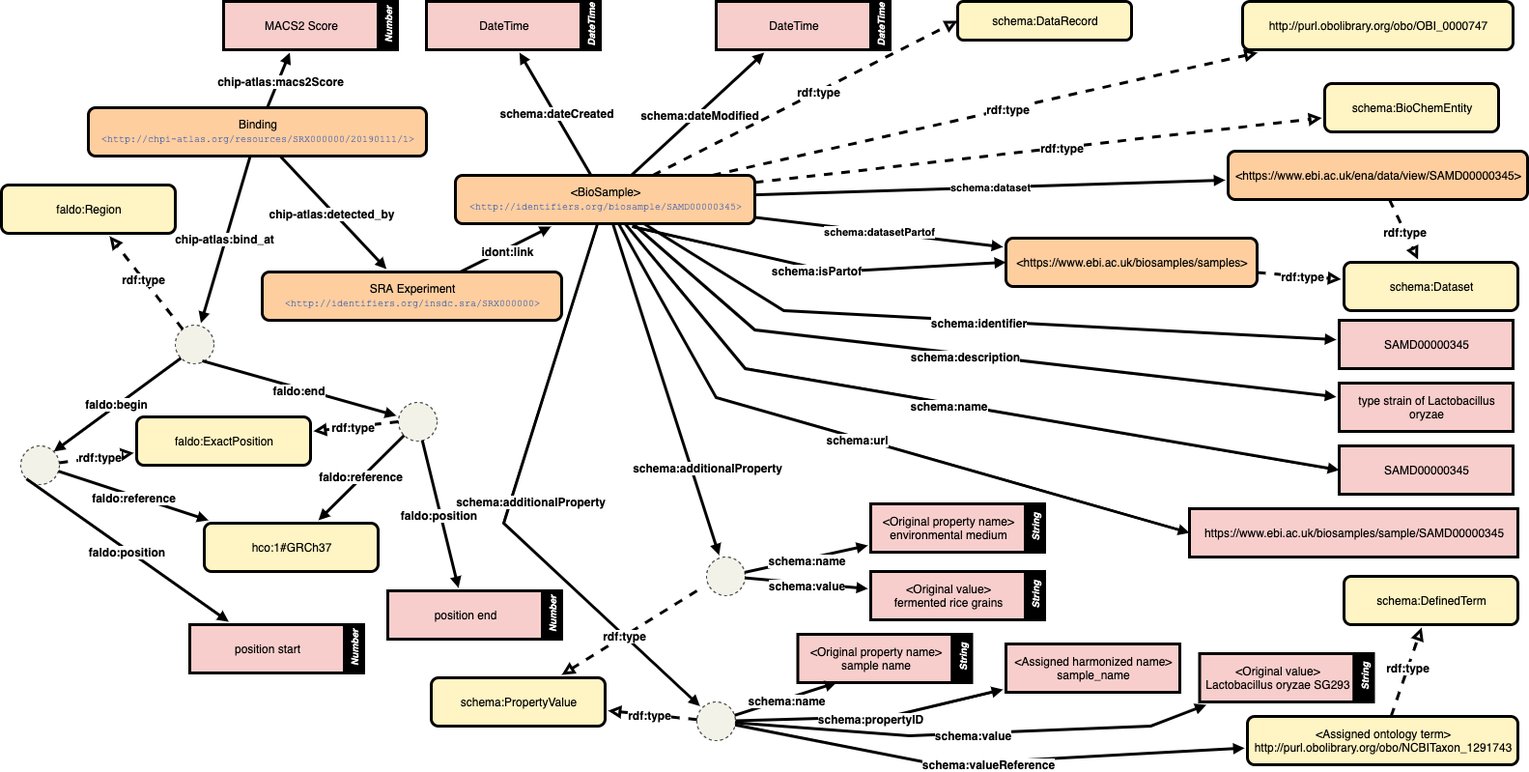
The draw.io diagram rdf/images/chipatlas_bindingsites_rdf.png in inutano/chip-atlas, before a commit. Source tidied: cells renumbered, new cells last; positions are measured from the earlier drawing's top-left corner, leaving out a move shared by most shapes.
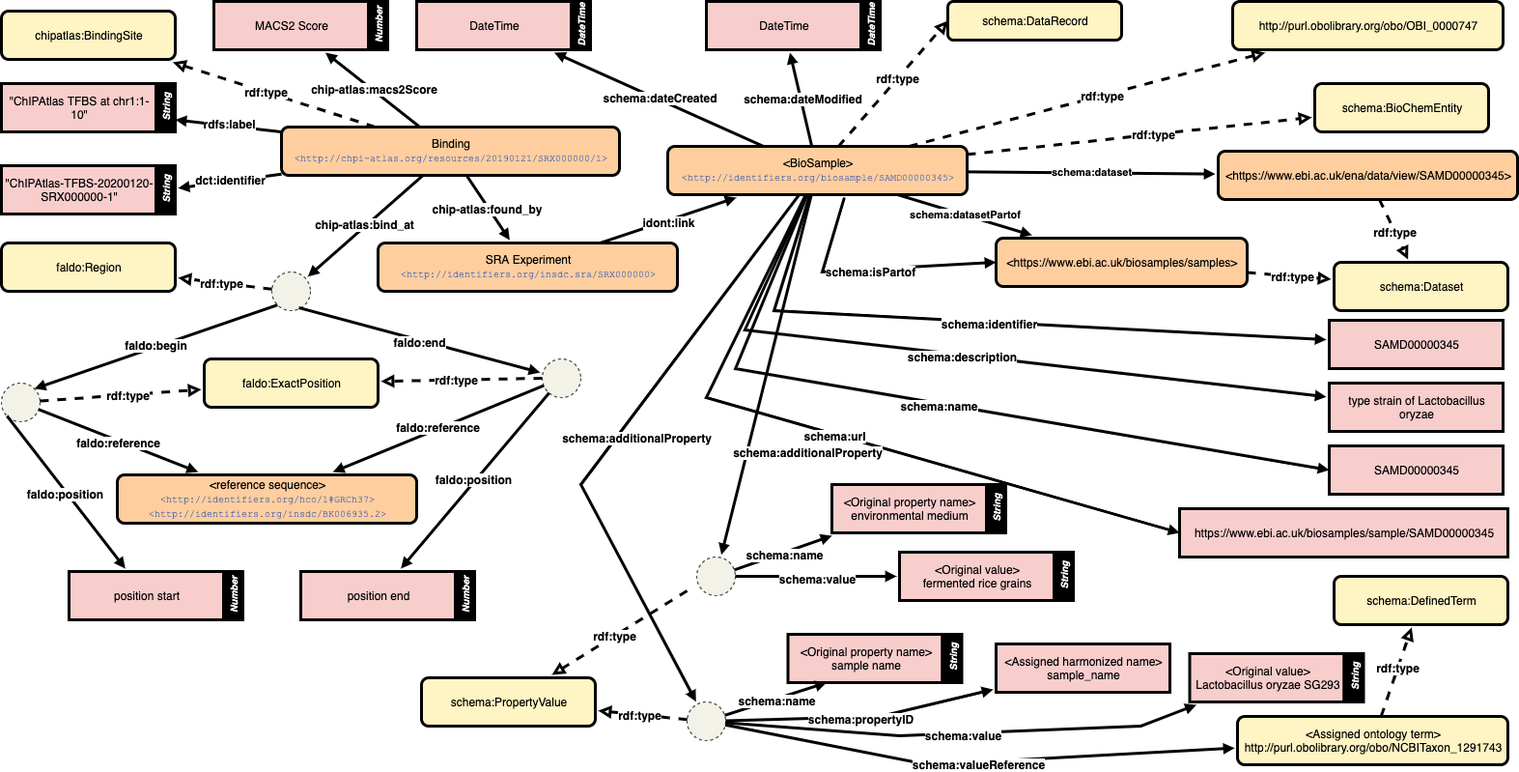
Later version of the same file.

Commit message:
changed class name and predicate, update the model figure

The edit, as a diff of the source:
```diff
@@ -3,7 +3,7 @@
     <mxCell id="0" />
     <mxCell id="1" parent="0" />
     <mxCell id="2" style="ellipse;whiteSpace=wrap;html=1;fontFamily=Helvetica;fontSize=12;fontColor=#000000;align=center;strokeColor=#000000;fillColor=#F2F2E9;dashed=1;" parent="1" vertex="1">
-      <mxGeometry x="180" y="335" width="40" height="40" as="geometry" />
+      <mxGeometry x="290" y="280" width="40" height="40" as="geometry" />
     </mxCell>
     <mxCell id="3" style="rounded=0;html=1;endArrow=block;endFill=1;strokeWidth=3;targetPerimeterSpacing=3;endSize=4;" parent="1" edge="1" source="124" target="2">
       <mxGeometry x="-710" y="70" as="geometry" />
@@ -30,10 +30,10 @@
       <mxGeometry y="-2" relative="1" as="geometry" />
     </mxCell>
     <mxCell id="11" style="ellipse;whiteSpace=wrap;html=1;fontFamily=Helvetica;fontSize=12;fontColor=#000000;align=center;strokeColor=#000000;fillColor=#F2F2E9;dashed=1;" parent="1" vertex="1">
-      <mxGeometry x="20" y="460" width="40" height="40" as="geometry" />
+      <mxGeometry x="10" y="395" width="40" height="40" as="geometry" />
     </mxCell>
     <mxCell id="12" style="ellipse;whiteSpace=wrap;html=1;fontFamily=Helvetica;fontSize=12;fontColor=#000000;align=center;strokeColor=#000000;fillColor=#F2F2E9;dashed=1;" parent="1" vertex="1">
-      <mxGeometry x="411" y="415" width="40" height="40" as="geometry" />
+      <mxGeometry x="570" y="370" width="40" height="40" as="geometry" />
     </mxCell>
     <mxCell id="13" value="f" style="rounded=0;html=1;endArrow=block;endFill=1;strokeWidth=3;targetPerimeterSpacing=3;endSize=4;exitX=0;exitY=1;exitDx=0;exitDy=0;" parent="1" edge="1" source="11" target="16">
       <mxGeometry x="-680" y="250" as="geometry" />
@@ -42,7 +42,7 @@
       <mxGeometry y="-2" relative="1" as="geometry" />
     </mxCell>
     <mxCell id="15" style="group;" parent="1" vertex="1">
-      <mxGeometry x="195" y="645" width="195" height="50" as="geometry" />
+      <mxGeometry x="80" y="590" width="195" height="50" as="geometry" />
     </mxCell>
     <mxCell id="16" value="position start" style="whiteSpace=wrap;html=1;rounded=0;fillColor=#F8CECC;strokeWidth=3;glass=0;shadow=0;strokeColor=#000000;" parent="15" vertex="1">
       <mxGeometry width="160" height="50" as="geometry" />
@@ -56,7 +56,7 @@
     <mxCell id="19" value="faldo:position" style="text;html=1;align=center;verticalAlign=middle;labelBackgroundColor=#ffffff;rounded=1;fontStyle=1;" parent="18" vertex="1">
       <mxGeometry y="-2" relative="1" as="geometry" />
     </mxCell>
-    <mxCell id="20" style="rounded=0;html=1;endArrow=block;endFill=1;strokeWidth=3;targetPerimeterSpacing=3;endSize=4;" parent="1" edge="1" source="11" target="36">
+    <mxCell id="20" style="rounded=0;html=1;endArrow=block;endFill=1;strokeWidth=3;targetPerimeterSpacing=3;endSize=4;" parent="1" edge="1" source="11" target="140">
       <mxGeometry x="-430" y="650" as="geometry" />
     </mxCell>
     <mxCell id="21" value="faldo:reference" style="text;html=1;align=center;verticalAlign=middle;labelBackgroundColor=#ffffff;rounded=1;fontStyle=1;" parent="20" vertex="1">
@@ -74,7 +74,7 @@
     <mxCell id="25" value="rdf:type&lt;br&gt;" style="text;html=1;align=center;verticalAlign=middle;labelBackgroundColor=#ffffff;rounded=1;fontStyle=1;" parent="24" vertex="1">
       <mxGeometry x="0.08" relative="1" as="geometry" />
     </mxCell>
-    <mxCell id="26" style="rounded=0;html=1;endArrow=block;endFill=1;strokeWidth=3;targetPerimeterSpacing=3;endSize=4;" parent="1" edge="1" source="12" target="36">
+    <mxCell id="26" style="rounded=0;html=1;endArrow=block;endFill=1;strokeWidth=3;targetPerimeterSpacing=3;endSize=4;" parent="1" edge="1" source="12" target="140">
       <mxGeometry x="-730" y="400" as="geometry" />
     </mxCell>
     <mxCell id="27" value="faldo:reference" style="text;html=1;align=center;verticalAlign=middle;labelBackgroundColor=#ffffff;rounded=1;fontStyle=1;" parent="26" vertex="1">
@@ -98,17 +98,14 @@
     <mxCell id="33" style="rounded=0;html=1;endArrow=block;endFill=1;strokeWidth=3;targetPerimeterSpacing=3;endSize=4;" parent="1" edge="1" source="124" target="123">
       <mxGeometry x="-690" y="90" as="geometry" />
     </mxCell>
-    <mxCell id="34" value="chip-atlas:detected_by" style="text;html=1;align=center;verticalAlign=middle;labelBackgroundColor=#ffffff;rounded=1;fontStyle=1;" parent="33" vertex="1">
+    <mxCell id="34" value="chip-atlas:found_by" style="text;html=1;align=center;verticalAlign=middle;labelBackgroundColor=#ffffff;rounded=1;fontStyle=1;" parent="33" vertex="1">
       <mxGeometry y="-2" relative="1" as="geometry" />
     </mxCell>
     <mxCell id="35" value="faldo:Region" style="whiteSpace=wrap;html=1;rounded=1;strokeWidth=3;fillColor=#FFF4C3;" parent="1" vertex="1">
-      <mxGeometry y="190" width="180" height="50" as="geometry" />
+      <mxGeometry x="10" y="250" width="180" height="50" as="geometry" />
     </mxCell>
-    <mxCell id="36" value="hco:1#GRCh37" style="whiteSpace=wrap;html=1;rounded=1;strokeWidth=3;fillColor=#FFF4C3;" parent="1" vertex="1">
-      <mxGeometry x="210" y="540" width="180" height="50" as="geometry" />
-    </mxCell>
     <mxCell id="37" value="faldo:ExactPosition" style="whiteSpace=wrap;html=1;rounded=1;strokeWidth=3;fillColor=#FFF4C3;" parent="1" vertex="1">
-      <mxGeometry x="140" y="430" width="180" height="50" as="geometry" />
+      <mxGeometry x="220" y="370" width="180" height="50" as="geometry" />
     </mxCell>
     <mxCell id="38" style="rounded=0;html=1;endArrow=block;endFill=1;strokeWidth=3;targetPerimeterSpacing=3;endSize=4;" parent="1" edge="1" source="123" target="61">
       <mxGeometry x="110" as="geometry" />
@@ -180,7 +177,7 @@
       <mxGeometry x="145" y="15" width="50" height="20" as="geometry" />
     </mxCell>
     <mxCell id="61" value="&amp;lt;BioSample&amp;gt;&lt;div&gt;&lt;span style=&quot;color: rgb(43 , 82 , 173) ; font-family: &amp;#34;courier new&amp;#34; ; line-height: 12px ; text-align: left ; white-space: nowrap&quot;&gt;&lt;font style=&quot;font-size: 10px&quot;&gt;&amp;lt;http://identifiers.org/biosample/SAMD00000345&amp;gt;&lt;/font&gt;&lt;/span&gt;&lt;br&gt;&lt;/div&gt;" style="whiteSpace=wrap;html=1;rounded=1;fillColor=#FFCE9F;strokeWidth=3;" parent="1" vertex="1">
-      <mxGeometry x="470" y="180" width="310" height="50" as="geometry" />
+      <mxGeometry x="700" y="150" width="310" height="50" as="geometry" />
     </mxCell>
     <mxCell id="62" style="rounded=0;html=1;endArrow=block;endFill=1;strokeWidth=3;targetPerimeterSpacing=3;endSize=4;" parent="1" edge="1" source="61" target="59">
       <mxGeometry x="520" y="160" as="geometry" />
@@ -274,7 +271,7 @@
     <mxCell id="85" style="rounded=0;html=1;endArrow=block;endFill=1;strokeWidth=3;targetPerimeterSpacing=3;endSize=4;" parent="1" edge="1" source="61" target="83">
       <mxGeometry x="450" y="520" as="geometry">
         <Array as="points">
-          <mxPoint x="520" y="540" />
+          <mxPoint x="610" y="500" />
         </Array>
       </mxGeometry>
     </mxCell>
@@ -309,7 +306,7 @@
       <mxGeometry x="0.08" relative="1" as="geometry" />
     </mxCell>
     <mxCell id="94" style="group;" parent="1" vertex="1">
-      <mxGeometry x="900" y="520" width="180" height="50" as="geometry" />
+      <mxGeometry x="870" y="500" width="180" height="50" as="geometry" />
     </mxCell>
     <mxCell id="95" value="&amp;lt;Original property name&amp;gt;&lt;br&gt;environmental medium" style="whiteSpace=wrap;html=1;rounded=0;fillColor=#F8CECC;strokeWidth=3;glass=0;shadow=0;strokeColor=#000000;" parent="94" vertex="1">
       <mxGeometry width="160" height="50" as="geometry" />
@@ -318,7 +315,7 @@
       <mxGeometry x="145" y="15" width="50" height="20" as="geometry" />
     </mxCell>
     <mxCell id="97" value="&#10;&#10;" style="group;" parent="1" vertex="1">
-      <mxGeometry x="900" y="590" width="180" height="50" as="geometry" />
+      <mxGeometry x="940" y="570" width="180" height="50" as="geometry" />
     </mxCell>
     <mxCell id="98" value="&amp;lt;Original value&amp;gt;&lt;br&gt;fermented rice grains" style="whiteSpace=wrap;html=1;rounded=0;fillColor=#F8CECC;strokeWidth=3;glass=0;shadow=0;strokeColor=#000000;" parent="97" vertex="1">
       <mxGeometry width="160" height="50" as="geometry" />
@@ -409,16 +406,58 @@
       <mxGeometry x="1040" y="665" width="180" height="50" as="geometry" />
     </mxCell>
     <mxCell id="123" value="SRA Experiment&lt;div&gt;&lt;span style=&quot;color: rgb(43 , 82 , 173) ; font-family: &amp;#34;courier new&amp;#34; ; line-height: 12px ; text-align: left ; white-space: nowrap&quot;&gt;&lt;font style=&quot;font-size: 10px&quot;&gt;&amp;lt;http://identifiers.org/insdc.sra/SRX000000&amp;gt;&lt;/font&gt;&lt;/span&gt;&lt;br&gt;&lt;/div&gt;" style="whiteSpace=wrap;html=1;rounded=1;fillColor=#FFCE9F;strokeWidth=3;" parent="1" vertex="1">
-      <mxGeometry x="270" y="280" width="310" height="50" as="geometry" />
+      <mxGeometry x="400" y="250" width="310" height="50" as="geometry" />
     </mxCell>
-    <mxCell id="124" value="Binding&lt;div&gt;&lt;span style=&quot;color: rgb(43 , 82 , 173) ; font-family: &amp;#34;courier new&amp;#34; ; line-height: 12px ; text-align: left ; white-space: nowrap&quot;&gt;&lt;font style=&quot;font-size: 10px&quot;&gt;&amp;lt;http://chpi-atlas.org/resources/SRX000000/20190111/1&amp;gt;&lt;/font&gt;&lt;/span&gt;&lt;br&gt;&lt;/div&gt;" style="whiteSpace=wrap;html=1;rounded=1;fillColor=#FFCE9F;strokeWidth=3;" parent="1" vertex="1">
-      <mxGeometry x="90" y="110" width="350" height="50" as="geometry" />
+    <mxCell id="124" value="Binding&lt;div&gt;&lt;span style=&quot;color: rgb(43 , 82 , 173) ; font-family: &amp;#34;courier new&amp;#34; ; line-height: 12px ; text-align: left ; white-space: nowrap&quot;&gt;&lt;font style=&quot;font-size: 10px&quot;&gt;&amp;lt;http://chpi-atlas.org/resources/20190121/SRX000000/1&amp;gt;&lt;/font&gt;&lt;/span&gt;&lt;br&gt;&lt;/div&gt;" style="whiteSpace=wrap;html=1;rounded=1;fillColor=#FFCE9F;strokeWidth=3;" parent="1" vertex="1">
+      <mxGeometry x="300" y="130" width="350" height="50" as="geometry" />
     </mxCell>
     <mxCell id="125" value="position end" style="whiteSpace=wrap;html=1;rounded=0;fillColor=#F8CECC;strokeWidth=3;glass=0;shadow=0;strokeColor=#000000;" parent="1" vertex="1">
-      <mxGeometry x="400" y="610" width="160" height="50" as="geometry" />
+      <mxGeometry x="320" y="590" width="160" height="50" as="geometry" />
     </mxCell>
     <mxCell id="126" value="&lt;font color=&quot;#ffffff&quot;&gt;&lt;i&gt;Number&lt;/i&gt;&lt;/font&gt;" style="whiteSpace=wrap;html=1;fillColor=#000000;fontStyle=1;rotation=-90;fontSize=10;strokeWidth=3;" parent="1" vertex="1">
-      <mxGeometry x="545" y="625" width="50" height="20" as="geometry" />
+      <mxGeometry x="465" y="605" width="50" height="20" as="geometry" />
     </mxCell>
+    <mxCell id="127" value="chipatlas:BindingSite" style="whiteSpace=wrap;html=1;rounded=1;strokeWidth=3;fillColor=#FFF4C3;" parent="1" vertex="1">
+      <mxGeometry x="10" y="10" width="180" height="50" as="geometry" />
+    </mxCell>
+    <mxCell id="128" style="rounded=0;html=1;endArrow=block;endFill=0;dashed=1;targetPerimeterSpacing=3;strokeWidth=3;" parent="1" edge="1" source="124" target="127">
+      <mxGeometry x="-1000" y="110" as="geometry" />
+    </mxCell>
+    <mxCell id="129" value="rdf:type&lt;br&gt;" style="text;html=1;align=center;verticalAlign=middle;labelBackgroundColor=#ffffff;rounded=1;fontStyle=1;" parent="128" vertex="1">
+      <mxGeometry x="0.08" relative="1" as="geometry" />
+    </mxCell>
+    <mxCell id="130" style="group;" parent="1" vertex="1">
+      <mxGeometry x="10" y="85" width="180" height="50" as="geometry" />
+    </mxCell>
+    <mxCell id="131" value="&quot;ChIPAtlas TFBS at chr1:1-10&quot;" style="whiteSpace=wrap;html=1;rounded=0;fillColor=#F8CECC;strokeWidth=3;glass=0;shadow=0;strokeColor=#000000;" parent="130" vertex="1">
+      <mxGeometry width="160" height="50" as="geometry" />
+    </mxCell>
+    <mxCell id="132" value="&lt;font color=&quot;#ffffff&quot;&gt;&lt;i&gt;String&lt;/i&gt;&lt;/font&gt;" style="whiteSpace=wrap;html=1;fillColor=#000000;fontStyle=1;rotation=-90;fontSize=10;strokeWidth=3;" parent="130" vertex="1">
+      <mxGeometry x="145" y="15" width="50" height="20" as="geometry" />
+    </mxCell>
+    <mxCell id="133" style="rounded=0;html=1;endArrow=block;endFill=1;strokeWidth=3;targetPerimeterSpacing=3;endSize=4;entryX=0.25;entryY=1;entryDx=0;entryDy=0;" parent="1" edge="1" source="124" target="132">
+      <mxGeometry x="-710" y="100" as="geometry" />
+    </mxCell>
+    <mxCell id="134" value="rdfs:label" style="text;html=1;align=center;verticalAlign=middle;labelBackgroundColor=#ffffff;rounded=1;fontStyle=1;" parent="133" vertex="1">
+      <mxGeometry y="-2" relative="1" as="geometry" />
+    </mxCell>
+    <mxCell id="135" style="group;" parent="1" vertex="1">
+      <mxGeometry x="10" y="170" width="180" height="50" as="geometry" />
+    </mxCell>
+    <mxCell id="136" value="&quot;ChIPAtlas-TFBS-20200120-SRX000000-1&quot;" style="whiteSpace=wrap;html=1;rounded=0;fillColor=#F8CECC;strokeWidth=3;glass=0;shadow=0;strokeColor=#000000;" parent="135" vertex="1">
+      <mxGeometry width="160" height="50" as="geometry" />
+    </mxCell>
+    <mxCell id="137" value="&lt;font color=&quot;#ffffff&quot;&gt;&lt;i&gt;String&lt;/i&gt;&lt;/font&gt;" style="whiteSpace=wrap;html=1;fillColor=#000000;fontStyle=1;rotation=-90;fontSize=10;strokeWidth=3;" parent="135" vertex="1">
+      <mxGeometry x="145" y="15" width="50" height="20" as="geometry" />
+    </mxCell>
+    <mxCell id="138" style="rounded=0;html=1;endArrow=block;endFill=1;strokeWidth=3;targetPerimeterSpacing=3;endSize=4;" parent="1" edge="1" source="124" target="137">
+      <mxGeometry x="-700" y="110" as="geometry" />
+    </mxCell>
+    <mxCell id="139" value="dct:identifier" style="text;html=1;align=center;verticalAlign=middle;labelBackgroundColor=#ffffff;rounded=1;fontStyle=1;" parent="138" vertex="1">
+      <mxGeometry y="-2" relative="1" as="geometry" />
+    </mxCell>
+    <mxCell id="140" value="&amp;lt;reference sequence&amp;gt;&lt;div&gt;&lt;span style=&quot;color: rgb(43 , 82 , 173) ; font-family: &amp;#34;courier new&amp;#34; ; line-height: 12px ; text-align: left ; white-space: nowrap&quot;&gt;&lt;font style=&quot;font-size: 10px&quot;&gt;&amp;lt;http://identifiers.org/hco/1#GRCh37&amp;gt;&lt;/font&gt;&lt;/span&gt;&lt;br&gt;&lt;/div&gt;&lt;div&gt;&lt;span style=&quot;color: rgb(43 , 82 , 173) ; font-family: &amp;#34;courier new&amp;#34; ; line-height: 12px ; text-align: left ; white-space: nowrap&quot;&gt;&lt;font style=&quot;font-size: 10px&quot;&gt;&amp;lt;http://identifiers.org/insdc/BK006935.2&amp;gt;&lt;br&gt;&lt;/font&gt;&lt;/span&gt;&lt;/div&gt;" style="whiteSpace=wrap;html=1;rounded=1;fillColor=#FFCE9F;strokeWidth=3;" parent="1" vertex="1">
+      <mxGeometry x="130" y="490" width="310" height="50" as="geometry" />
+    </mxCell>
   </root>
 </mxGraphModel>
```
